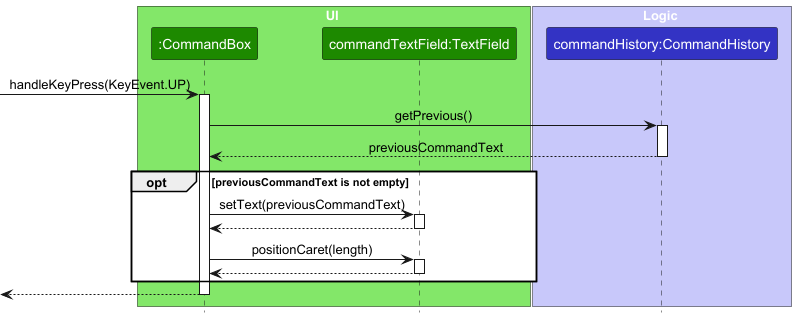
Earlier version of the PlantUML export images/CommandHistorySequenceDiagram.png (AY2526S2-CS2103T-W09-1/tp).
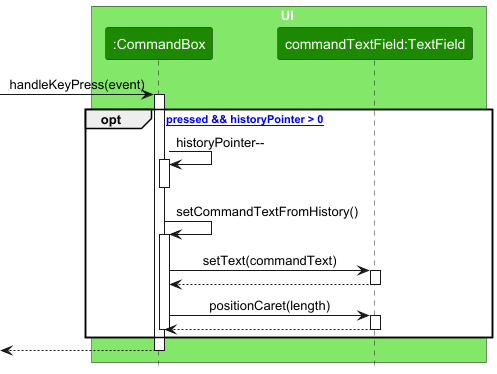
The same file after the commit.

Change to the diagram source:
```diff
@@ -7,21 +7,18 @@
 participant "commandTextField:TextField" as TextField UI_COLOR
 end box
 
-box Logic LOGIC_COLOR_T1
-participant "commandHistory:CommandHistory" as CommandHistory LOGIC_COLOR
-end box
-
-[-> CommandBox : handleKeyPress(KeyEvent.UP)
+[-> CommandBox : handleKeyPress(event)
 activate CommandBox
 
-CommandBox -> CommandHistory : getPrevious()
-activate CommandHistory
+opt [KeyCode.UP pressed && historyPointer > 0]
+    CommandBox -> CommandBox : historyPointer--
+    activate CommandBox
+    deactivate CommandBox
 
-CommandHistory --> CommandBox : previousCommandText
-deactivate CommandHistory
+    CommandBox -> CommandBox : setCommandTextFromHistory()
+    activate CommandBox
 
-opt previousCommandText is not empty
-    CommandBox -> TextField : setText(previousCommandText)
+    CommandBox -> TextField : setText(commandText)
     activate TextField
     TextField --> CommandBox
     deactivate TextField
@@ -30,6 +27,8 @@
     activate TextField
     TextField --> CommandBox
     deactivate TextField
+
+    deactivate CommandBox
 end
 
 [<-- CommandBox
```
